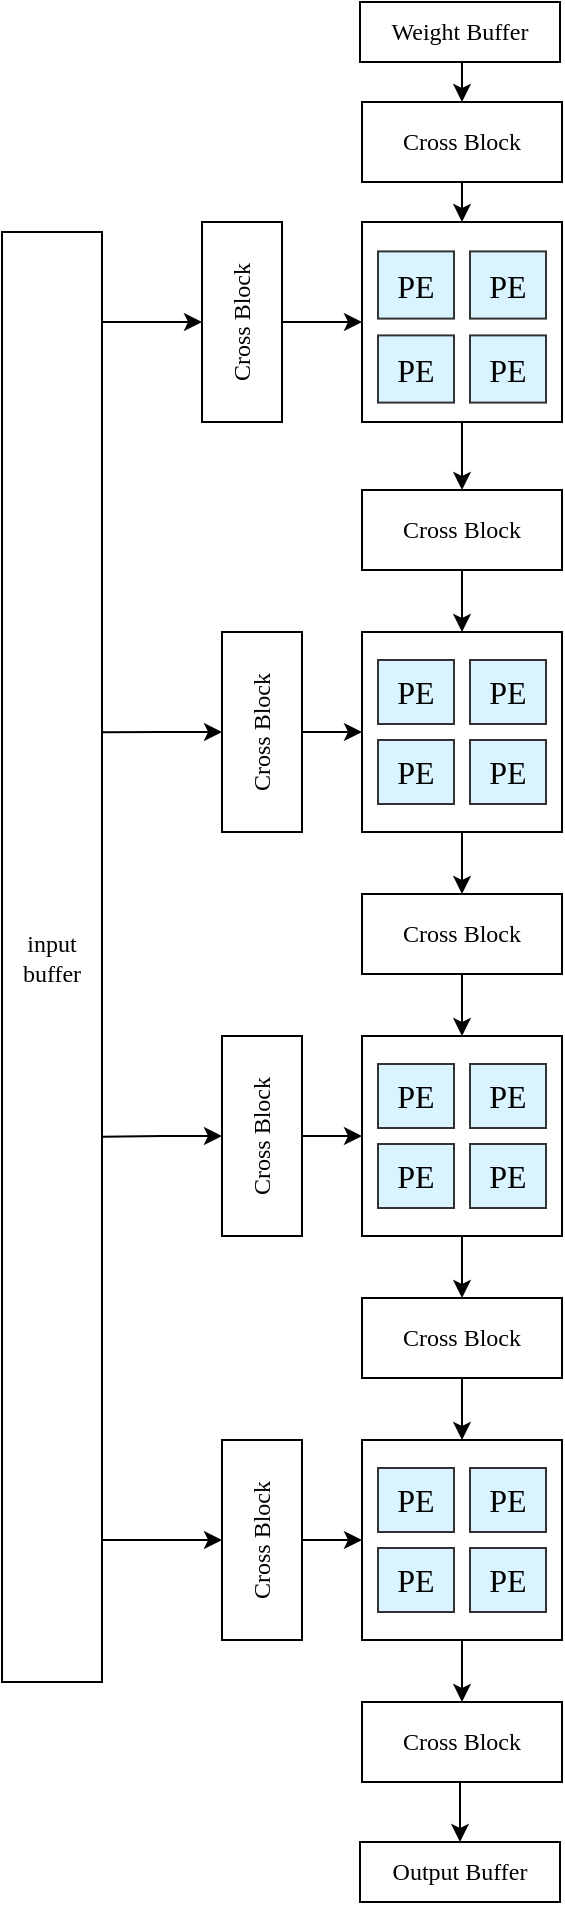
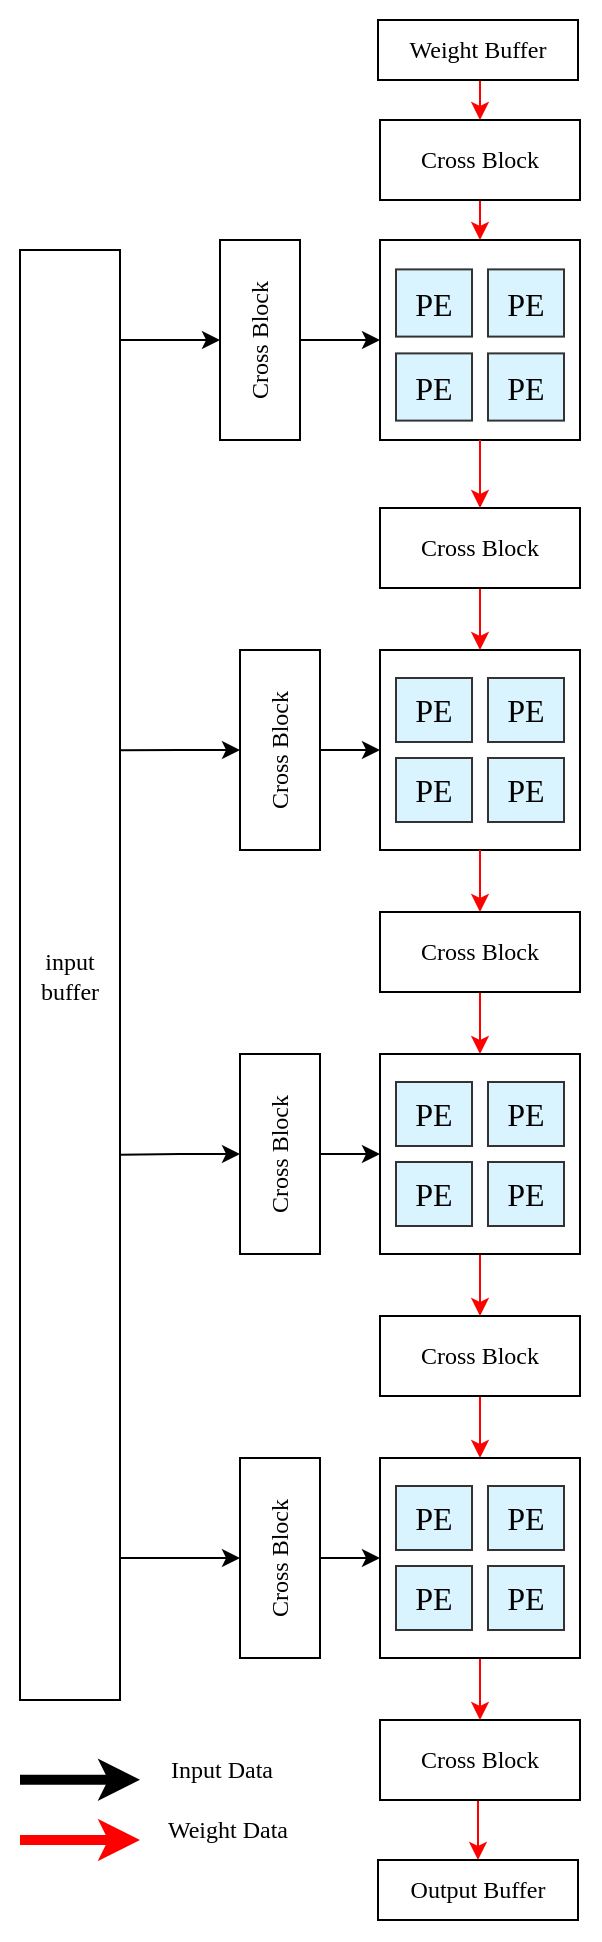
<mxfile host="app.diagrams.net">
  <diagram name="第 1 页" id="dqwHSUa8tPY2lO4kEc0M">
-     <mxGraphModel dx="2040" dy="1097" grid="1" gridSize="10" guides="1" tooltips="1" connect="1" arrows="1" fold="1" page="1" pageScale="1" pageWidth="827" pageHeight="1169" math="0" shadow="0">
+     <mxGraphModel dx="1700" dy="914" grid="1" gridSize="10" guides="1" tooltips="1" connect="1" arrows="1" fold="1" page="1" pageScale="1" pageWidth="827" pageHeight="1169" math="0" shadow="0">
      <root>
        <mxCell id="0" />
        <mxCell id="1" parent="0" />
+         <mxCell id="m9M1MFtYLvggeYm6QUA0-7" parent="1" style="rounded=0;whiteSpace=wrap;html=1;strokeColor=none;" value="" vertex="1">
+           <mxGeometry height="970" width="300" x="200" y="30" as="geometry" />
+         </mxCell>
        <mxCell id="8TKhmsy4eXj4ZpiysU3I-1" connectable="0" parent="1" style="group;fontFamily=Times New Roman;" value="" vertex="1">
          <mxGeometry height="100" width="100" x="390" y="355" as="geometry" />
        </mxCell>
        <mxCell id="8TKhmsy4eXj4ZpiysU3I-2" parent="8TKhmsy4eXj4ZpiysU3I-1" style="whiteSpace=wrap;html=1;aspect=fixed;fontFamily=Times New Roman;" value="" vertex="1">
          <mxGeometry height="100" width="100" as="geometry" />
        </mxCell>
        <mxCell id="8TKhmsy4eXj4ZpiysU3I-3" connectable="0" parent="8TKhmsy4eXj4ZpiysU3I-1" style="group;fontFamily=Times New Roman;" value="" vertex="1">
          <mxGeometry height="72" width="84" x="8" y="14" as="geometry" />
        </mxCell>
        <mxCell id="8TKhmsy4eXj4ZpiysU3I-4" parent="8TKhmsy4eXj4ZpiysU3I-3" style="whiteSpace=wrap;html=1;fillColor=#D9F4FF;strokeColor=#333333;strokeWidth=1;fontSize=8;fontStyle=0;rounded=0;fontFamily=Times New Roman;" value="&lt;span style=&quot;font-size: 16px;&quot;&gt;PE&lt;/span&gt;" vertex="1">
          <mxGeometry height="32" width="38" as="geometry" />
        </mxCell>
        <mxCell id="8TKhmsy4eXj4ZpiysU3I-5" parent="8TKhmsy4eXj4ZpiysU3I-3" style="whiteSpace=wrap;html=1;fillColor=#D9F4FF;strokeColor=#333333;strokeWidth=1;fontSize=8;fontStyle=0;rounded=0;fontFamily=Times New Roman;" value="&lt;span style=&quot;font-size: 16px;&quot;&gt;PE&lt;/span&gt;" vertex="1">
          <mxGeometry height="32" width="38" x="46" as="geometry" />
        </mxCell>
        <mxCell id="8TKhmsy4eXj4ZpiysU3I-6" parent="8TKhmsy4eXj4ZpiysU3I-3" style="whiteSpace=wrap;html=1;fillColor=#D9F4FF;strokeColor=#333333;strokeWidth=1;fontSize=8;fontStyle=0;rounded=0;fontFamily=Times New Roman;" value="&lt;span style=&quot;font-size: 16px;&quot;&gt;PE&lt;/span&gt;" vertex="1">
          <mxGeometry height="32" width="38" y="40" as="geometry" />
        </mxCell>
        <mxCell id="8TKhmsy4eXj4ZpiysU3I-7" parent="8TKhmsy4eXj4ZpiysU3I-3" style="whiteSpace=wrap;html=1;fillColor=#D9F4FF;strokeColor=#333333;strokeWidth=1;fontSize=8;fontStyle=0;rounded=0;fontFamily=Times New Roman;" value="&lt;span style=&quot;font-size: 16px;&quot;&gt;PE&lt;/span&gt;" vertex="1">
          <mxGeometry height="32" width="38" x="46" y="40" as="geometry" />
        </mxCell>
        <mxCell id="8TKhmsy4eXj4ZpiysU3I-8" connectable="0" parent="1" style="group;fontFamily=Times New Roman;" value="" vertex="1">
          <mxGeometry height="105" width="100" x="390" y="150" as="geometry" />
        </mxCell>
        <mxCell id="8TKhmsy4eXj4ZpiysU3I-9" parent="8TKhmsy4eXj4ZpiysU3I-8" style="whiteSpace=wrap;html=1;aspect=fixed;fontFamily=Times New Roman;" value="" vertex="1">
          <mxGeometry height="100" width="100" as="geometry" />
        </mxCell>
        <mxCell id="8TKhmsy4eXj4ZpiysU3I-10" connectable="0" parent="8TKhmsy4eXj4ZpiysU3I-8" style="group;fontFamily=Times New Roman;" value="" vertex="1">
          <mxGeometry height="75.60000000000001" width="84" x="8" y="14.700000000000001" as="geometry" />
        </mxCell>
        <mxCell id="8TKhmsy4eXj4ZpiysU3I-11" parent="8TKhmsy4eXj4ZpiysU3I-10" style="whiteSpace=wrap;html=1;fillColor=#D9F4FF;strokeColor=#333333;strokeWidth=1;fontSize=8;fontStyle=0;rounded=0;fontFamily=Times New Roman;" value="&lt;span style=&quot;font-size: 16px;&quot;&gt;PE&lt;/span&gt;" vertex="1">
          <mxGeometry height="33.6" width="38" as="geometry" />
        </mxCell>
        <mxCell id="8TKhmsy4eXj4ZpiysU3I-12" parent="8TKhmsy4eXj4ZpiysU3I-10" style="whiteSpace=wrap;html=1;fillColor=#D9F4FF;strokeColor=#333333;strokeWidth=1;fontSize=8;fontStyle=0;rounded=0;fontFamily=Times New Roman;" value="&lt;span style=&quot;font-size: 16px;&quot;&gt;PE&lt;/span&gt;" vertex="1">
          <mxGeometry height="33.6" width="38" x="46" as="geometry" />
        </mxCell>
        <mxCell id="8TKhmsy4eXj4ZpiysU3I-13" parent="8TKhmsy4eXj4ZpiysU3I-10" style="whiteSpace=wrap;html=1;fillColor=#D9F4FF;strokeColor=#333333;strokeWidth=1;fontSize=8;fontStyle=0;rounded=0;fontFamily=Times New Roman;" value="&lt;span style=&quot;font-size: 16px;&quot;&gt;PE&lt;/span&gt;" vertex="1">
          <mxGeometry height="33.6" width="38" y="42" as="geometry" />
        </mxCell>
        <mxCell id="8TKhmsy4eXj4ZpiysU3I-14" parent="8TKhmsy4eXj4ZpiysU3I-10" style="whiteSpace=wrap;html=1;fillColor=#D9F4FF;strokeColor=#333333;strokeWidth=1;fontSize=8;fontStyle=0;rounded=0;fontFamily=Times New Roman;" value="&lt;span style=&quot;font-size: 16px;&quot;&gt;PE&lt;/span&gt;" vertex="1">
          <mxGeometry height="33.6" width="38" x="46" y="42" as="geometry" />
        </mxCell>
        <mxCell id="8TKhmsy4eXj4ZpiysU3I-29" parent="1" style="rounded=0;whiteSpace=wrap;html=1;fontFamily=Times New Roman;" value="input buffer" vertex="1">
          <mxGeometry height="725" width="50" x="210" y="155" as="geometry" />
        </mxCell>
        <mxCell id="8TKhmsy4eXj4ZpiysU3I-30" edge="1" parent="1" source="8TKhmsy4eXj4ZpiysU3I-31" style="edgeStyle=orthogonalEdgeStyle;rounded=0;orthogonalLoop=1;jettySize=auto;html=1;exitX=0.5;exitY=1;exitDx=0;exitDy=0;entryX=0;entryY=0.5;entryDx=0;entryDy=0;fontFamily=Times New Roman;" target="8TKhmsy4eXj4ZpiysU3I-9">
          <mxGeometry relative="1" as="geometry" />
        </mxCell>
        <mxCell id="8TKhmsy4eXj4ZpiysU3I-31" parent="1" style="rounded=0;whiteSpace=wrap;html=1;movable=1;resizable=1;rotatable=1;deletable=1;editable=1;locked=0;connectable=1;rotation=-90;fontFamily=Times New Roman;" value="Cross Block" vertex="1">
          <mxGeometry height="40" width="100" x="280" y="180" as="geometry" />
        </mxCell>
-         <mxCell id="8TKhmsy4eXj4ZpiysU3I-32" edge="1" parent="1" source="8TKhmsy4eXj4ZpiysU3I-33" style="edgeStyle=orthogonalEdgeStyle;rounded=0;orthogonalLoop=1;jettySize=auto;html=1;exitX=0.5;exitY=1;exitDx=0;exitDy=0;entryX=0.5;entryY=0;entryDx=0;entryDy=0;fontFamily=Times New Roman;" target="8TKhmsy4eXj4ZpiysU3I-2">
+         <mxCell id="8TKhmsy4eXj4ZpiysU3I-32" edge="1" parent="1" source="8TKhmsy4eXj4ZpiysU3I-33" style="edgeStyle=orthogonalEdgeStyle;rounded=0;orthogonalLoop=1;jettySize=auto;html=1;exitX=0.5;exitY=1;exitDx=0;exitDy=0;entryX=0.5;entryY=0;entryDx=0;entryDy=0;fontFamily=Times New Roman;strokeColor=#FF0000;" target="8TKhmsy4eXj4ZpiysU3I-2">
          <mxGeometry relative="1" as="geometry" />
        </mxCell>
        <mxCell id="8TKhmsy4eXj4ZpiysU3I-33" parent="1" style="rounded=0;whiteSpace=wrap;html=1;movable=1;resizable=1;rotatable=1;deletable=1;editable=1;locked=0;connectable=1;rotation=0;fontFamily=Times New Roman;" value="Cross Block" vertex="1">
          <mxGeometry height="40" width="100" x="390" y="284" as="geometry" />
        </mxCell>
-         <mxCell id="8TKhmsy4eXj4ZpiysU3I-34" edge="1" parent="1" source="8TKhmsy4eXj4ZpiysU3I-35" style="edgeStyle=orthogonalEdgeStyle;rounded=0;orthogonalLoop=1;jettySize=auto;html=1;exitX=0.5;exitY=1;exitDx=0;exitDy=0;entryX=0.5;entryY=0;entryDx=0;entryDy=0;fontFamily=Times New Roman;" target="8TKhmsy4eXj4ZpiysU3I-16">
+         <mxCell id="8TKhmsy4eXj4ZpiysU3I-34" edge="1" parent="1" source="8TKhmsy4eXj4ZpiysU3I-35" style="edgeStyle=orthogonalEdgeStyle;rounded=0;orthogonalLoop=1;jettySize=auto;html=1;exitX=0.5;exitY=1;exitDx=0;exitDy=0;entryX=0.5;entryY=0;entryDx=0;entryDy=0;fontFamily=Times New Roman;strokeColor=#FF0000;" target="8TKhmsy4eXj4ZpiysU3I-16">
          <mxGeometry relative="1" as="geometry" />
        </mxCell>
        <mxCell id="8TKhmsy4eXj4ZpiysU3I-35" parent="1" style="rounded=0;whiteSpace=wrap;html=1;movable=1;resizable=1;rotatable=1;deletable=1;editable=1;locked=0;connectable=1;rotation=0;fontFamily=Times New Roman;" value="Cross Block" vertex="1">
          <mxGeometry height="40" width="100" x="390" y="486" as="geometry" />
        </mxCell>
-         <mxCell id="8TKhmsy4eXj4ZpiysU3I-36" edge="1" parent="1" source="8TKhmsy4eXj4ZpiysU3I-37" style="edgeStyle=orthogonalEdgeStyle;rounded=0;orthogonalLoop=1;jettySize=auto;html=1;exitX=0.5;exitY=1;exitDx=0;exitDy=0;entryX=0.5;entryY=0;entryDx=0;entryDy=0;fontFamily=Times New Roman;" target="8TKhmsy4eXj4ZpiysU3I-23">
+         <mxCell id="8TKhmsy4eXj4ZpiysU3I-36" edge="1" parent="1" source="8TKhmsy4eXj4ZpiysU3I-37" style="edgeStyle=orthogonalEdgeStyle;rounded=0;orthogonalLoop=1;jettySize=auto;html=1;exitX=0.5;exitY=1;exitDx=0;exitDy=0;entryX=0.5;entryY=0;entryDx=0;entryDy=0;fontFamily=Times New Roman;strokeColor=#FF0000;" target="8TKhmsy4eXj4ZpiysU3I-23">
          <mxGeometry relative="1" as="geometry" />
        </mxCell>
        <mxCell id="8TKhmsy4eXj4ZpiysU3I-37" parent="1" style="rounded=0;whiteSpace=wrap;html=1;movable=1;resizable=1;rotatable=1;deletable=1;editable=1;locked=0;connectable=1;rotation=0;fontFamily=Times New Roman;" value="Cross Block" vertex="1">
          <mxGeometry height="40" width="100" x="390" y="688" as="geometry" />
        </mxCell>
-         <mxCell id="8TKhmsy4eXj4ZpiysU3I-38" edge="1" parent="1" source="8TKhmsy4eXj4ZpiysU3I-39" style="edgeStyle=orthogonalEdgeStyle;rounded=0;orthogonalLoop=1;jettySize=auto;html=1;exitX=0.5;exitY=1;exitDx=0;exitDy=0;entryX=0.5;entryY=0;entryDx=0;entryDy=0;fontFamily=Times New Roman;" target="8TKhmsy4eXj4ZpiysU3I-55">
+         <mxCell id="8TKhmsy4eXj4ZpiysU3I-38" edge="1" parent="1" source="8TKhmsy4eXj4ZpiysU3I-39" style="edgeStyle=orthogonalEdgeStyle;rounded=0;orthogonalLoop=1;jettySize=auto;html=1;exitX=0.5;exitY=1;exitDx=0;exitDy=0;entryX=0.5;entryY=0;entryDx=0;entryDy=0;fontFamily=Times New Roman;strokeColor=#FF0000;" target="8TKhmsy4eXj4ZpiysU3I-55">
          <mxGeometry relative="1" as="geometry" />
        </mxCell>
        <mxCell id="8TKhmsy4eXj4ZpiysU3I-39" parent="1" style="rounded=0;whiteSpace=wrap;html=1;movable=1;resizable=1;rotatable=1;deletable=1;editable=1;locked=0;connectable=1;rotation=0;fontFamily=Times New Roman;" value="Cross Block" vertex="1">
          <mxGeometry height="40" width="100" x="390" y="890" as="geometry" />
        </mxCell>
        <mxCell id="8TKhmsy4eXj4ZpiysU3I-40" edge="1" parent="1" source="8TKhmsy4eXj4ZpiysU3I-41" style="edgeStyle=orthogonalEdgeStyle;rounded=0;orthogonalLoop=1;jettySize=auto;html=1;exitX=0.5;exitY=1;exitDx=0;exitDy=0;entryX=0;entryY=0.5;entryDx=0;entryDy=0;fontFamily=Times New Roman;" target="8TKhmsy4eXj4ZpiysU3I-2">
          <mxGeometry relative="1" as="geometry" />
        </mxCell>
        <mxCell id="8TKhmsy4eXj4ZpiysU3I-41" parent="1" style="rounded=0;whiteSpace=wrap;html=1;movable=1;resizable=1;rotatable=1;deletable=1;editable=1;locked=0;connectable=1;rotation=-90;fontFamily=Times New Roman;" value="Cross Block" vertex="1">
          <mxGeometry height="40" width="100" x="290" y="385" as="geometry" />
        </mxCell>
        <mxCell id="8TKhmsy4eXj4ZpiysU3I-42" edge="1" parent="1" source="8TKhmsy4eXj4ZpiysU3I-43" style="edgeStyle=orthogonalEdgeStyle;rounded=0;orthogonalLoop=1;jettySize=auto;html=1;exitX=0.5;exitY=1;exitDx=0;exitDy=0;entryX=0;entryY=0.5;entryDx=0;entryDy=0;fontFamily=Times New Roman;" target="8TKhmsy4eXj4ZpiysU3I-16">
          <mxGeometry relative="1" as="geometry" />
        </mxCell>
        <mxCell id="8TKhmsy4eXj4ZpiysU3I-43" parent="1" style="rounded=0;whiteSpace=wrap;html=1;movable=1;resizable=1;rotatable=1;deletable=1;editable=1;locked=0;connectable=1;rotation=-90;fontFamily=Times New Roman;" value="Cross Block" vertex="1">
          <mxGeometry height="40" width="100" x="290" y="587" as="geometry" />
        </mxCell>
        <mxCell id="8TKhmsy4eXj4ZpiysU3I-44" edge="1" parent="1" source="8TKhmsy4eXj4ZpiysU3I-45" style="edgeStyle=orthogonalEdgeStyle;rounded=0;orthogonalLoop=1;jettySize=auto;html=1;exitX=0.5;exitY=1;exitDx=0;exitDy=0;entryX=0;entryY=0.5;entryDx=0;entryDy=0;fontFamily=Times New Roman;" target="8TKhmsy4eXj4ZpiysU3I-23">
          <mxGeometry relative="1" as="geometry" />
        </mxCell>
        <mxCell id="8TKhmsy4eXj4ZpiysU3I-45" parent="1" style="rounded=0;whiteSpace=wrap;html=1;movable=1;resizable=1;rotatable=1;deletable=1;editable=1;locked=0;connectable=1;rotation=-90;fontFamily=Times New Roman;" value="Cross Block" vertex="1">
          <mxGeometry height="40" width="100" x="290" y="789" as="geometry" />
        </mxCell>
-         <mxCell id="8TKhmsy4eXj4ZpiysU3I-46" edge="1" parent="1" source="8TKhmsy4eXj4ZpiysU3I-47" style="edgeStyle=orthogonalEdgeStyle;rounded=0;orthogonalLoop=1;jettySize=auto;html=1;exitX=0.5;exitY=1;exitDx=0;exitDy=0;entryX=0.5;entryY=0;entryDx=0;entryDy=0;fontFamily=Times New Roman;" target="8TKhmsy4eXj4ZpiysU3I-49">
+         <mxCell id="8TKhmsy4eXj4ZpiysU3I-46" edge="1" parent="1" source="8TKhmsy4eXj4ZpiysU3I-47" style="edgeStyle=orthogonalEdgeStyle;rounded=0;orthogonalLoop=1;jettySize=auto;html=1;exitX=0.5;exitY=1;exitDx=0;exitDy=0;entryX=0.5;entryY=0;entryDx=0;entryDy=0;fontFamily=Times New Roman;strokeColor=#FF0000;" target="8TKhmsy4eXj4ZpiysU3I-49">
          <mxGeometry relative="1" as="geometry" />
        </mxCell>
        <mxCell id="8TKhmsy4eXj4ZpiysU3I-47" parent="1" style="rounded=0;whiteSpace=wrap;html=1;fontFamily=Times New Roman;" value="Weight Buffer" vertex="1">
          <mxGeometry height="30" width="100" x="389" y="40" as="geometry" />
        </mxCell>
-         <mxCell id="8TKhmsy4eXj4ZpiysU3I-48" edge="1" parent="1" source="8TKhmsy4eXj4ZpiysU3I-49" style="edgeStyle=orthogonalEdgeStyle;rounded=0;orthogonalLoop=1;jettySize=auto;html=1;exitX=0.5;exitY=1;exitDx=0;exitDy=0;entryX=0.5;entryY=0;entryDx=0;entryDy=0;fontFamily=Times New Roman;" target="8TKhmsy4eXj4ZpiysU3I-9">
+         <mxCell id="8TKhmsy4eXj4ZpiysU3I-48" edge="1" parent="1" source="8TKhmsy4eXj4ZpiysU3I-49" style="edgeStyle=orthogonalEdgeStyle;rounded=0;orthogonalLoop=1;jettySize=auto;html=1;exitX=0.5;exitY=1;exitDx=0;exitDy=0;entryX=0.5;entryY=0;entryDx=0;entryDy=0;fontFamily=Times New Roman;strokeColor=#FF0000;" target="8TKhmsy4eXj4ZpiysU3I-9">
          <mxGeometry relative="1" as="geometry" />
        </mxCell>
        <mxCell id="8TKhmsy4eXj4ZpiysU3I-49" parent="1" style="rounded=0;whiteSpace=wrap;html=1;movable=1;resizable=1;rotatable=1;deletable=1;editable=1;locked=0;connectable=1;rotation=0;fontFamily=Times New Roman;" value="Cross Block" vertex="1">
          <mxGeometry height="40" width="100" x="390" y="90" as="geometry" />
        </mxCell>
-         <mxCell id="8TKhmsy4eXj4ZpiysU3I-50" edge="1" parent="1" source="8TKhmsy4eXj4ZpiysU3I-9" style="edgeStyle=orthogonalEdgeStyle;rounded=0;orthogonalLoop=1;jettySize=auto;html=1;exitX=0.5;exitY=1;exitDx=0;exitDy=0;entryX=0.5;entryY=0;entryDx=0;entryDy=0;fontFamily=Times New Roman;" target="8TKhmsy4eXj4ZpiysU3I-33">
-           <mxGeometry relative="1" as="geometry" />
-         </mxCell>
-         <mxCell id="8TKhmsy4eXj4ZpiysU3I-51" edge="1" parent="1" source="8TKhmsy4eXj4ZpiysU3I-2" style="edgeStyle=orthogonalEdgeStyle;rounded=0;orthogonalLoop=1;jettySize=auto;html=1;exitX=0.5;exitY=1;exitDx=0;exitDy=0;entryX=0.5;entryY=0;entryDx=0;entryDy=0;fontFamily=Times New Roman;" target="8TKhmsy4eXj4ZpiysU3I-35">
-           <mxGeometry relative="1" as="geometry" />
-         </mxCell>
-         <mxCell id="8TKhmsy4eXj4ZpiysU3I-52" edge="1" parent="1" source="8TKhmsy4eXj4ZpiysU3I-16" style="edgeStyle=orthogonalEdgeStyle;rounded=0;orthogonalLoop=1;jettySize=auto;html=1;exitX=0.5;exitY=1;exitDx=0;exitDy=0;entryX=0.5;entryY=0;entryDx=0;entryDy=0;fontFamily=Times New Roman;" target="8TKhmsy4eXj4ZpiysU3I-37">
-           <mxGeometry relative="1" as="geometry" />
-         </mxCell>
-         <mxCell id="8TKhmsy4eXj4ZpiysU3I-53" edge="1" parent="1" source="8TKhmsy4eXj4ZpiysU3I-23" style="edgeStyle=orthogonalEdgeStyle;rounded=0;orthogonalLoop=1;jettySize=auto;html=1;exitX=0.5;exitY=1;exitDx=0;exitDy=0;entryX=0.5;entryY=0;entryDx=0;entryDy=0;fontFamily=Times New Roman;" target="8TKhmsy4eXj4ZpiysU3I-39">
-           <mxGeometry relative="1" as="geometry" />
+         <mxCell id="8TKhmsy4eXj4ZpiysU3I-50" edge="1" parent="1" source="8TKhmsy4eXj4ZpiysU3I-9" style="edgeStyle=orthogonalEdgeStyle;rounded=0;orthogonalLoop=1;jettySize=auto;html=1;exitX=0.5;exitY=1;exitDx=0;exitDy=0;entryX=0.5;entryY=0;entryDx=0;entryDy=0;fontFamily=Times New Roman;strokeColor=#FF0000;" target="8TKhmsy4eXj4ZpiysU3I-33">
+           <mxGeometry relative="1" as="geometry" />
+         </mxCell>
+         <mxCell id="8TKhmsy4eXj4ZpiysU3I-51" edge="1" parent="1" source="8TKhmsy4eXj4ZpiysU3I-2" style="edgeStyle=orthogonalEdgeStyle;rounded=0;orthogonalLoop=1;jettySize=auto;html=1;exitX=0.5;exitY=1;exitDx=0;exitDy=0;entryX=0.5;entryY=0;entryDx=0;entryDy=0;fontFamily=Times New Roman;strokeColor=#FF0000;" target="8TKhmsy4eXj4ZpiysU3I-35">
+           <mxGeometry relative="1" as="geometry" />
+         </mxCell>
+         <mxCell id="8TKhmsy4eXj4ZpiysU3I-52" edge="1" parent="1" source="8TKhmsy4eXj4ZpiysU3I-16" style="edgeStyle=orthogonalEdgeStyle;rounded=0;orthogonalLoop=1;jettySize=auto;html=1;exitX=0.5;exitY=1;exitDx=0;exitDy=0;entryX=0.5;entryY=0;entryDx=0;entryDy=0;fontFamily=Times New Roman;strokeColor=#FF0000;" target="8TKhmsy4eXj4ZpiysU3I-37">
+           <mxGeometry relative="1" as="geometry" />
+         </mxCell>
+         <mxCell id="8TKhmsy4eXj4ZpiysU3I-53" edge="1" parent="1" source="8TKhmsy4eXj4ZpiysU3I-23" style="edgeStyle=orthogonalEdgeStyle;rounded=0;orthogonalLoop=1;jettySize=auto;html=1;exitX=0.5;exitY=1;exitDx=0;exitDy=0;entryX=0.5;entryY=0;entryDx=0;entryDy=0;fontFamily=Times New Roman;strokeColor=#FF0000;" target="8TKhmsy4eXj4ZpiysU3I-39">
+           <mxGeometry relative="1" as="geometry">
+             <Array as="points">
+               <mxPoint x="440" y="870" />
+               <mxPoint x="440" y="870" />
+             </Array>
+           </mxGeometry>
        </mxCell>
        <mxCell id="8TKhmsy4eXj4ZpiysU3I-54" parent="1" style="rounded=0;whiteSpace=wrap;html=1;fontFamily=Times New Roman;" value="Weight Buffer" vertex="1">
          <mxGeometry height="30" width="100" x="389" y="40" as="geometry" />
        </mxCell>
        <mxCell id="8TKhmsy4eXj4ZpiysU3I-55" parent="1" style="rounded=0;whiteSpace=wrap;html=1;fontFamily=Times New Roman;" value="Output Buffer" vertex="1">
          <mxGeometry height="30" width="100" x="389" y="960" as="geometry" />
        </mxCell>
        <mxCell id="8TKhmsy4eXj4ZpiysU3I-56" edge="1" parent="1" source="8TKhmsy4eXj4ZpiysU3I-45" style="edgeStyle=orthogonalEdgeStyle;rounded=0;orthogonalLoop=1;jettySize=auto;html=1;exitX=0.5;exitY=0;exitDx=0;exitDy=0;entryX=1.006;entryY=0.902;entryDx=0;entryDy=0;entryPerimeter=0;startArrow=classic;startFill=1;endArrow=none;endFill=0;fontFamily=Times New Roman;" target="8TKhmsy4eXj4ZpiysU3I-29">
          <mxGeometry relative="1" as="geometry">
            <Array as="points" />
          </mxGeometry>
        </mxCell>
        <mxCell id="8TKhmsy4eXj4ZpiysU3I-57" edge="1" parent="1" source="8TKhmsy4eXj4ZpiysU3I-43" style="edgeStyle=orthogonalEdgeStyle;rounded=0;orthogonalLoop=1;jettySize=auto;html=1;exitX=0.5;exitY=0;exitDx=0;exitDy=0;entryX=1;entryY=0.624;entryDx=0;entryDy=0;entryPerimeter=0;startArrow=classic;startFill=1;endArrow=none;endFill=0;fontFamily=Times New Roman;" target="8TKhmsy4eXj4ZpiysU3I-29">
          <mxGeometry relative="1" as="geometry" />
        </mxCell>
        <mxCell id="8TKhmsy4eXj4ZpiysU3I-58" edge="1" parent="1" source="8TKhmsy4eXj4ZpiysU3I-41" style="edgeStyle=orthogonalEdgeStyle;rounded=0;orthogonalLoop=1;jettySize=auto;html=1;exitX=0.5;exitY=0;exitDx=0;exitDy=0;entryX=1;entryY=0.345;entryDx=0;entryDy=0;entryPerimeter=0;startArrow=classic;startFill=1;endArrow=none;endFill=0;fontFamily=Times New Roman;" target="8TKhmsy4eXj4ZpiysU3I-29">
          <mxGeometry relative="1" as="geometry" />
        </mxCell>
        <mxCell id="8TKhmsy4eXj4ZpiysU3I-59" edge="1" parent="1" source="8TKhmsy4eXj4ZpiysU3I-31" style="edgeStyle=orthogonalEdgeStyle;rounded=0;orthogonalLoop=1;jettySize=auto;html=1;exitX=0.5;exitY=0;exitDx=0;exitDy=0;entryX=1;entryY=0.062;entryDx=0;entryDy=0;entryPerimeter=0;startArrow=classic;startFill=1;endArrow=none;endFill=0;fontFamily=Times New Roman;" target="8TKhmsy4eXj4ZpiysU3I-29">
          <mxGeometry relative="1" as="geometry" />
        </mxCell>
        <mxCell id="8TKhmsy4eXj4ZpiysU3I-16" parent="1" style="whiteSpace=wrap;html=1;aspect=fixed;fontFamily=Times New Roman;" value="" vertex="1">
          <mxGeometry height="100" width="100" x="390" y="557" as="geometry" />
        </mxCell>
        <mxCell id="8TKhmsy4eXj4ZpiysU3I-18" parent="1" style="whiteSpace=wrap;html=1;fillColor=#D9F4FF;strokeColor=#333333;strokeWidth=1;fontSize=8;fontStyle=0;rounded=0;fontFamily=Times New Roman;" value="&lt;span style=&quot;font-size: 16px;&quot;&gt;PE&lt;/span&gt;" vertex="1">
          <mxGeometry height="32" width="38" x="398" y="571" as="geometry" />
        </mxCell>
        <mxCell id="8TKhmsy4eXj4ZpiysU3I-19" parent="1" style="whiteSpace=wrap;html=1;fillColor=#D9F4FF;strokeColor=#333333;strokeWidth=1;fontSize=8;fontStyle=0;rounded=0;fontFamily=Times New Roman;" value="&lt;span style=&quot;font-size: 16px;&quot;&gt;PE&lt;/span&gt;" vertex="1">
          <mxGeometry height="32" width="38" x="444" y="571" as="geometry" />
        </mxCell>
        <mxCell id="8TKhmsy4eXj4ZpiysU3I-20" parent="1" style="whiteSpace=wrap;html=1;fillColor=#D9F4FF;strokeColor=#333333;strokeWidth=1;fontSize=8;fontStyle=0;rounded=0;fontFamily=Times New Roman;" value="&lt;span style=&quot;font-size: 16px;&quot;&gt;PE&lt;/span&gt;" vertex="1">
          <mxGeometry height="32" width="38" x="398" y="611" as="geometry" />
        </mxCell>
        <mxCell id="8TKhmsy4eXj4ZpiysU3I-21" parent="1" style="whiteSpace=wrap;html=1;fillColor=#D9F4FF;strokeColor=#333333;strokeWidth=1;fontSize=8;fontStyle=0;rounded=0;fontFamily=Times New Roman;" value="&lt;span style=&quot;font-size: 16px;&quot;&gt;PE&lt;/span&gt;" vertex="1">
          <mxGeometry height="32" width="38" x="444" y="611" as="geometry" />
        </mxCell>
        <mxCell id="8TKhmsy4eXj4ZpiysU3I-23" parent="1" style="whiteSpace=wrap;html=1;aspect=fixed;fontFamily=Times New Roman;" value="" vertex="1">
          <mxGeometry height="100" width="100" x="390" y="759" as="geometry" />
        </mxCell>
        <mxCell id="8TKhmsy4eXj4ZpiysU3I-25" parent="1" style="whiteSpace=wrap;html=1;fillColor=#D9F4FF;strokeColor=#333333;strokeWidth=1;fontSize=8;fontStyle=0;rounded=0;fontFamily=Times New Roman;" value="&lt;span style=&quot;font-size: 16px;&quot;&gt;PE&lt;/span&gt;" vertex="1">
          <mxGeometry height="32" width="38" x="398" y="773" as="geometry" />
        </mxCell>
        <mxCell id="8TKhmsy4eXj4ZpiysU3I-26" parent="1" style="whiteSpace=wrap;html=1;fillColor=#D9F4FF;strokeColor=#333333;strokeWidth=1;fontSize=8;fontStyle=0;rounded=0;fontFamily=Times New Roman;" value="&lt;span style=&quot;font-size: 16px;&quot;&gt;PE&lt;/span&gt;" vertex="1">
          <mxGeometry height="32" width="38" x="444" y="773" as="geometry" />
        </mxCell>
        <mxCell id="8TKhmsy4eXj4ZpiysU3I-27" parent="1" style="whiteSpace=wrap;html=1;fillColor=#D9F4FF;strokeColor=#333333;strokeWidth=1;fontSize=8;fontStyle=0;rounded=0;fontFamily=Times New Roman;" value="&lt;span style=&quot;font-size: 16px;&quot;&gt;PE&lt;/span&gt;" vertex="1">
          <mxGeometry height="32" width="38" x="398" y="813" as="geometry" />
        </mxCell>
        <mxCell id="8TKhmsy4eXj4ZpiysU3I-28" parent="1" style="whiteSpace=wrap;html=1;fillColor=light-dark(#d9f4ff, #191919);strokeColor=#333333;strokeWidth=1;fontSize=8;fontStyle=0;rounded=0;fontFamily=Times New Roman;" value="&lt;span style=&quot;font-size: 16px;&quot;&gt;PE&lt;/span&gt;" vertex="1">
          <mxGeometry height="32" width="38" x="444" y="813" as="geometry" />
+         </mxCell>
+         <mxCell id="m9M1MFtYLvggeYm6QUA0-2" edge="1" parent="1" style="edgeStyle=orthogonalEdgeStyle;rounded=0;orthogonalLoop=1;jettySize=auto;html=1;strokeColor=#FF0000;endSize=5;strokeWidth=5;fontFamily=Times New Roman;">
+           <mxGeometry relative="1" as="geometry">
+             <mxPoint x="210" y="950" as="sourcePoint" />
+             <mxPoint x="270" y="950" as="targetPoint" />
+           </mxGeometry>
+         </mxCell>
+         <mxCell id="m9M1MFtYLvggeYm6QUA0-3" edge="1" parent="1" style="edgeStyle=orthogonalEdgeStyle;rounded=0;orthogonalLoop=1;jettySize=auto;html=1;strokeColor=#000000;endSize=5;strokeWidth=5;fontFamily=Times New Roman;">
+           <mxGeometry relative="1" as="geometry">
+             <mxPoint x="210" y="919.86" as="sourcePoint" />
+             <mxPoint x="270" y="919.86" as="targetPoint" />
+           </mxGeometry>
+         </mxCell>
+         <mxCell id="m9M1MFtYLvggeYm6QUA0-4" parent="1" style="text;html=1;whiteSpace=wrap;strokeColor=none;fillColor=none;align=center;verticalAlign=middle;rounded=0;fontFamily=Times New Roman;" value="&lt;font&gt;Input Data&lt;/font&gt;" vertex="1">
+           <mxGeometry height="30" width="100" x="261" y="900" as="geometry" />
+         </mxCell>
+         <mxCell id="m9M1MFtYLvggeYm6QUA0-5" parent="1" style="text;html=1;whiteSpace=wrap;strokeColor=none;fillColor=none;align=center;verticalAlign=middle;rounded=0;fontFamily=Times New Roman;" value="&lt;font&gt;Weight Data&lt;/font&gt;" vertex="1">
+           <mxGeometry height="30" width="100" x="264" y="930" as="geometry" />
        </mxCell>
      </root>
    </mxGraphModel>
  </diagram>
</mxfile>
